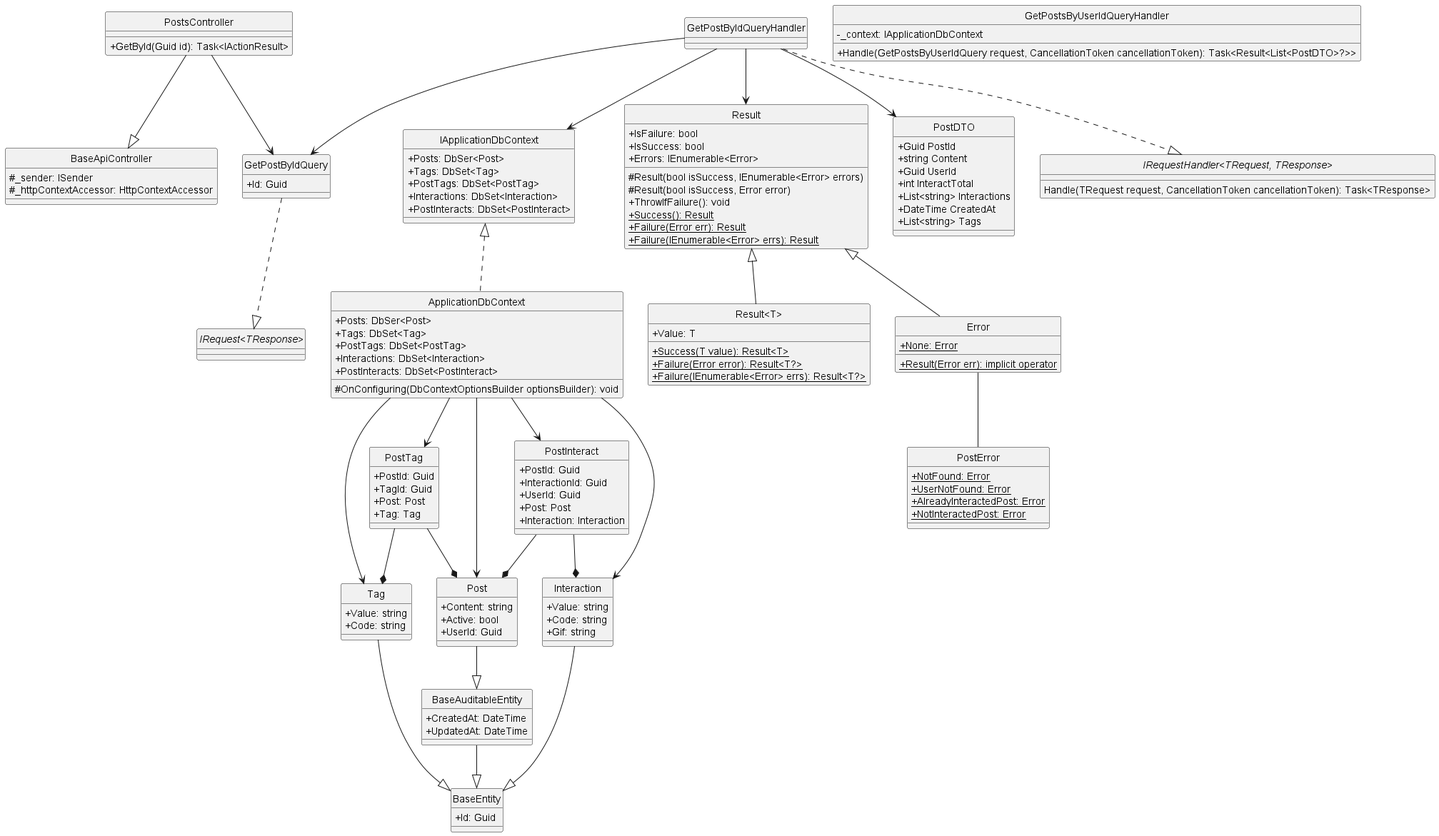
Before: docs/Class Diagram/Post/Post/GetPostById/ClassDiagram/getPostById.png, a diagram exported from PlantUML (Carl-Johnsons/Chat-Application). The source it was exported from:
```plantuml
@startuml getPostById
hide circle
skinparam classAttributeIconSize 0

class BaseApiController {
    #_sender: ISender
    #_httpContextAccessor: HttpContextAccessor
}

class PostsController {
    +GetById(Guid id): Task<IActionResult>
}

class GetPostByIdQuery {
    +Id: Guid
}

class GetPostsByUserIdQueryHandler {
    -_context: IApplicationDbContext
    +Handle(GetPostsByUserIdQuery request, CancellationToken cancellationToken): Task<Result<List<PostDTO>?>>
}

class IApplicationDbContext {
    +Posts: DbSer<Post>
    +Tags: DbSet<Tag>
    +PostTags: DbSet<PostTag>
    +Interactions: DbSet<Interaction>
    +PostInteracts: DbSet<PostInteract>
}

class ApplicationDbContext {
    +Posts: DbSer<Post>
    +Tags: DbSet<Tag>
    +PostTags: DbSet<PostTag>
    +Interactions: DbSet<Interaction>
    +PostInteracts: DbSet<PostInteract>
    #OnConfiguring(DbContextOptionsBuilder optionsBuilder): void
}

class Result {
    +IsFailure: bool
    +IsSuccess: bool
    +Errors: IEnumerable<Error>
    #Result(bool isSuccess, IEnumerable<Error> errors)
    #Result(bool isSuccess, Error error)
    +ThrowIfFailure(): void
    +{static} Success(): Result
    +{static} Failure(Error err): Result
    +{static} Failure(IEnumerable<Error> errs): Result
}

class "Result<T>" {
    +Value: T
    +{static} Success(T value): Result<T>
    +{static} Failure(Error error): Result<T?>
    +{static} Failure(IEnumerable<Error> errs): Result<T?>
}

class Error {
    +{static} None: Error
    +{static} Result(Error err): implicit operator
}

class PostError {
    +{static} NotFound: Error
    +{static} UserNotFound: Error
    +{static} AlreadyInteractedPost: Error
    +{static} NotInteractedPost: Error
}

class PostDTO {
    +Guid PostId
    +string Content
    +Guid UserId
    +int InteractTotal
    +List<string> Interactions
    +DateTime CreatedAt
    +List<string> Tags
}

class BaseEntity {
    +Id: Guid
}

class BaseAuditableEntity{
    +CreatedAt: DateTime
    +UpdatedAt: DateTime
}

class Tag {
    +Value: string
    +Code: string
}

class Post {
    +Content: string
    +Active: bool
    +UserId: Guid
}

class PostTag {
    +PostId: Guid
    +TagId: Guid
    +Post: Post
    +Tag: Tag
}

class Interaction {
    +Value: string
    +Code: string
    +Gif: string
}

class PostInteract {
    +PostId: Guid
    +InteractionId: Guid
    +UserId: Guid
    +Post: Post
    +Interaction: Interaction
}

interface "IRequest<TResponse>"
interface "IRequestHandler<TRequest, TResponse>"{
    Handle(TRequest request, CancellationToken cancellationToken): Task<TResponse>
}

PostsController --|> BaseApiController
PostsController --> GetPostByIdQuery
GetPostByIdQuery ..|> "IRequest<TResponse>"
GetPostByIdQueryHandler ..|> "IRequestHandler<TRequest, TResponse>"
GetPostByIdQueryHandler --> GetPostByIdQuery
GetPostByIdQueryHandler --> Result
GetPostByIdQueryHandler --> IApplicationDbContext
GetPostByIdQueryHandler --> PostDTO
Result <|-- Error
Result <|-- "Result<T>"
Error -- PostError
Tag --|> BaseEntity
Interaction --|> BaseEntity
Post --|> BaseAuditableEntity
BaseAuditableEntity --|> BaseEntity
PostTag --* Post
PostTag --* Tag
PostInteract --* Post
PostInteract --* Interaction
IApplicationDbContext <|.. ApplicationDbContext
ApplicationDbContext --> Tag
ApplicationDbContext --> Post
ApplicationDbContext --> PostTag
ApplicationDbContext --> Interaction
ApplicationDbContext --> PostInteract
@enduml
```
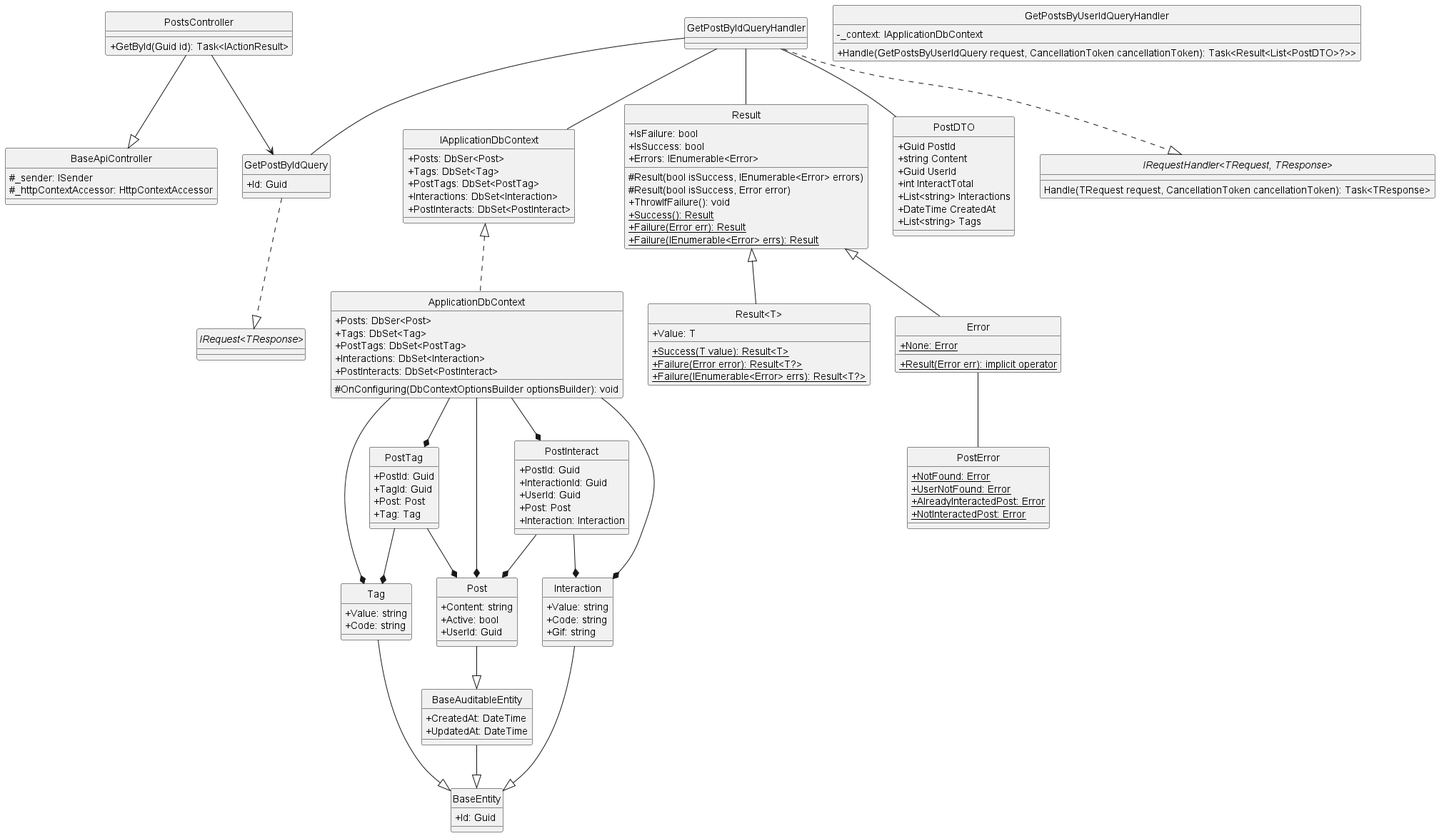
The same file after the commit.

Change to the diagram source:
```diff
@@ -128,10 +128,10 @@
 PostsController --> GetPostByIdQuery
 GetPostByIdQuery ..|> "IRequest<TResponse>"
 GetPostByIdQueryHandler ..|> "IRequestHandler<TRequest, TResponse>"
-GetPostByIdQueryHandler --> GetPostByIdQuery
-GetPostByIdQueryHandler --> Result
-GetPostByIdQueryHandler --> IApplicationDbContext
-GetPostByIdQueryHandler --> PostDTO
+GetPostByIdQueryHandler -- GetPostByIdQuery
+GetPostByIdQueryHandler -- Result
+GetPostByIdQueryHandler -- IApplicationDbContext
+GetPostByIdQueryHandler -- PostDTO
 Result <|-- Error
 Result <|-- "Result<T>"
 Error -- PostError
@@ -144,9 +144,9 @@
 PostInteract --* Post
 PostInteract --* Interaction
 IApplicationDbContext <|.. ApplicationDbContext
-ApplicationDbContext --> Tag
-ApplicationDbContext --> Post
-ApplicationDbContext --> PostTag
-ApplicationDbContext --> Interaction
-ApplicationDbContext --> PostInteract
+ApplicationDbContext --* Tag
+ApplicationDbContext --* Post
+ApplicationDbContext --* PostTag
+ApplicationDbContext --* Interaction
+ApplicationDbContext --* PostInteract
 @enduml
```
